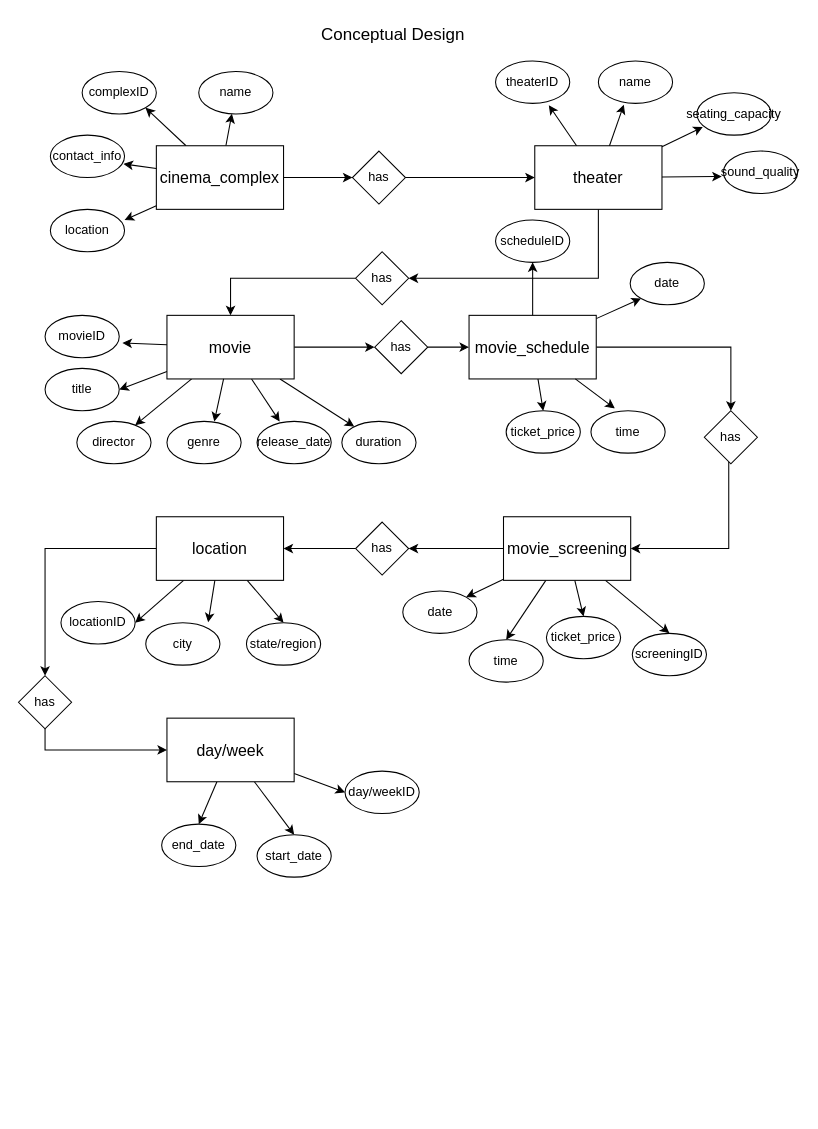
Before: eye_candy_cinemas_casestudy.drawio in julieeesy/data_modelling_workshop, a draw.io diagram. Source tidied: cells renumbered, new cells numbered last; positions are measured from the earlier drawing's top-left corner, leaving out a move shared by most shapes. Both pictures are drawn from the tidied source at 106%, with x=0, y=0 at pixel (18, 18).
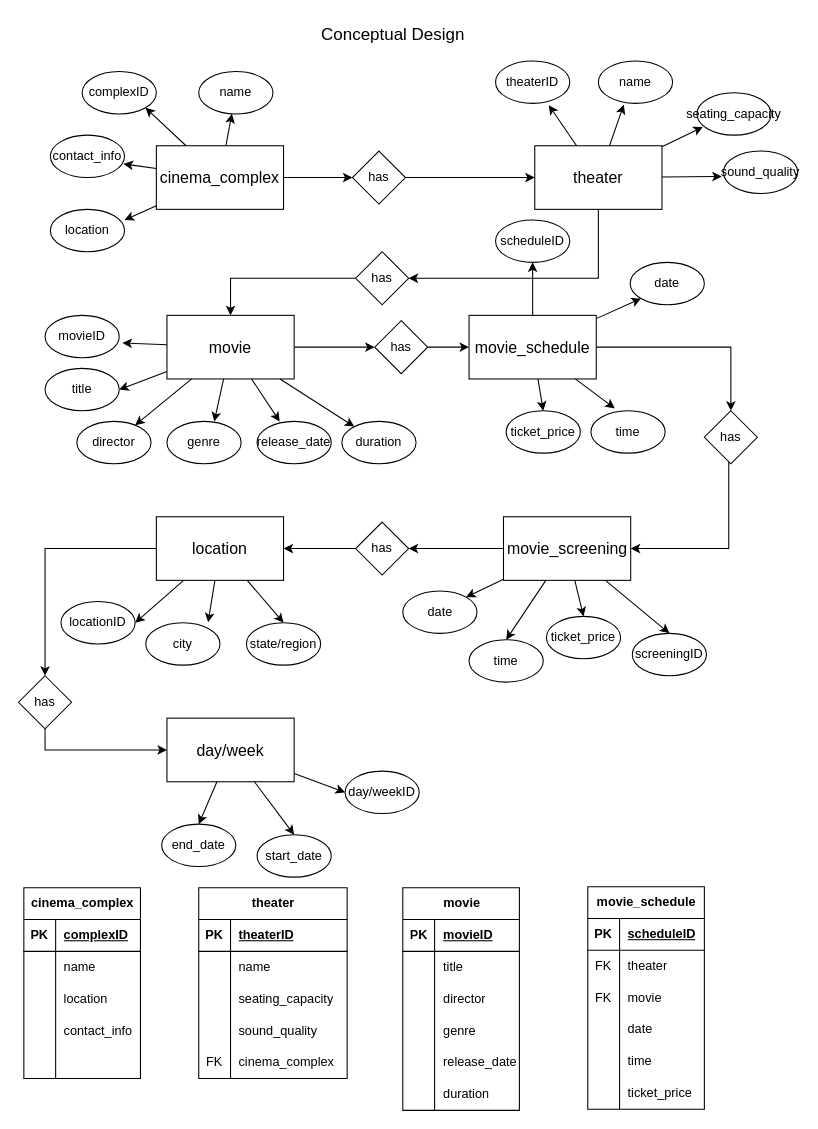
The same page after the edit.

The edit, as a diff of the source:
```diff
@@
+    <mxCell id="84" value="cinema_complex" style="shape=table;startSize=30;childLayout=tableLayout;rowLines=0;fontStyle=1;align=center;html=1;" parent="1" vertex="1">
+      <mxGeometry x="5" y="820" width="110" height="180" as="geometry" />
+    </mxCell>
+    <mxCell id="85" style="shape=tableRow;horizontal=0;startSize=0;swimlaneHead=0;swimlaneBody=0;fillColor=none;top=0;left=0;right=0;bottom=1;" parent="84" vertex="1">
+      <mxGeometry y="30" width="110" height="30" as="geometry" />
+    </mxCell>
+    <mxCell id="86" value="PK" style="shape=partialRectangle;fillColor=none;top=0;left=0;bottom=0;right=0;fontStyle=1;overflow=hidden;whiteSpace=wrap;html=1;" parent="85" vertex="1">
+      <mxGeometry width="30" height="30" as="geometry" />
+    </mxCell>
+    <mxCell id="87" value="complexID" style="shape=partialRectangle;fillColor=none;top=0;left=0;bottom=0;right=0;align=left;spacingLeft=6;fontStyle=5;overflow=hidden;whiteSpace=wrap;html=1;" parent="85" vertex="1">
+      <mxGeometry x="30" width="80" height="30" as="geometry" />
+    </mxCell>
+    <mxCell id="88" style="shape=tableRow;horizontal=0;startSize=0;swimlaneHead=0;swimlaneBody=0;fillColor=none;top=0;left=0;right=0;bottom=0;" parent="84" vertex="1">
+      <mxGeometry y="60" width="110" height="30" as="geometry" />
+    </mxCell>
+    <mxCell id="89" style="shape=partialRectangle;fillColor=none;top=0;left=0;bottom=0;right=0;overflow=hidden;whiteSpace=wrap;html=1;" parent="88" vertex="1">
+      <mxGeometry width="30" height="30" as="geometry" />
+    </mxCell>
+    <mxCell id="90" value="name" style="shape=partialRectangle;fillColor=none;top=0;left=0;bottom=0;right=0;align=left;spacingLeft=6;overflow=hidden;whiteSpace=wrap;html=1;" parent="88" vertex="1">
+      <mxGeometry x="30" width="80" height="30" as="geometry" />
+    </mxCell>
+    <mxCell id="91" style="shape=tableRow;horizontal=0;startSize=0;swimlaneHead=0;swimlaneBody=0;fillColor=none;top=0;left=0;right=0;bottom=0;" parent="84" vertex="1">
+      <mxGeometry y="90" width="110" height="30" as="geometry" />
+    </mxCell>
+    <mxCell id="92" style="shape=partialRectangle;fillColor=none;top=0;left=0;bottom=0;right=0;overflow=hidden;whiteSpace=wrap;html=1;" parent="91" vertex="1">
+      <mxGeometry width="30" height="30" as="geometry" />
+    </mxCell>
+    <mxCell id="93" value="location" style="shape=partialRectangle;fillColor=none;top=0;left=0;bottom=0;right=0;align=left;spacingLeft=6;overflow=hidden;whiteSpace=wrap;html=1;" parent="91" vertex="1">
+      <mxGeometry x="30" width="80" height="30" as="geometry" />
+    </mxCell>
+    <mxCell id="94" style="shape=tableRow;horizontal=0;startSize=0;swimlaneHead=0;swimlaneBody=0;fillColor=none;top=0;left=0;right=0;bottom=0;" parent="84" vertex="1">
+      <mxGeometry y="120" width="110" height="30" as="geometry" />
+    </mxCell>
+    <mxCell id="95" style="shape=partialRectangle;fillColor=none;top=0;left=0;bottom=0;right=0;overflow=hidden;whiteSpace=wrap;html=1;" parent="94" vertex="1">
+      <mxGeometry width="30" height="30" as="geometry" />
+    </mxCell>
+    <mxCell id="96" value="contact_info" style="shape=partialRectangle;fillColor=none;top=0;left=0;bottom=0;right=0;align=left;spacingLeft=6;overflow=hidden;whiteSpace=wrap;html=1;" parent="94" vertex="1">
+      <mxGeometry x="30" width="80" height="30" as="geometry" />
+    </mxCell>
+    <mxCell id="97" style="shape=tableRow;horizontal=0;startSize=0;swimlaneHead=0;swimlaneBody=0;fillColor=none;top=0;left=0;right=0;bottom=0;" parent="84" vertex="1">
+      <mxGeometry y="150" width="110" height="30" as="geometry" />
+    </mxCell>
+    <mxCell id="98" style="shape=partialRectangle;fillColor=none;top=0;left=0;bottom=0;right=0;overflow=hidden;whiteSpace=wrap;html=1;" parent="97" vertex="1">
+      <mxGeometry width="30" height="30" as="geometry" />
+    </mxCell>
+    <mxCell id="99" style="shape=partialRectangle;fillColor=none;top=0;left=0;bottom=0;right=0;align=left;spacingLeft=6;overflow=hidden;whiteSpace=wrap;html=1;" parent="97" vertex="1">
+      <mxGeometry x="30" width="80" height="30" as="geometry" />
+    </mxCell>
+    <mxCell id="100" value="theater" style="shape=table;startSize=30;childLayout=tableLayout;rowLines=0;fontStyle=1;align=center;html=1;" parent="1" vertex="1">
+      <mxGeometry x="170" y="820" width="140" height="180" as="geometry" />
+    </mxCell>
+    <mxCell id="101" style="shape=tableRow;horizontal=0;startSize=0;swimlaneHead=0;swimlaneBody=0;fillColor=none;top=0;left=0;right=0;bottom=1;" parent="100" vertex="1">
+      <mxGeometry y="30" width="140" height="30" as="geometry" />
+    </mxCell>
+    <mxCell id="102" value="PK" style="shape=partialRectangle;fillColor=none;top=0;left=0;bottom=0;right=0;fontStyle=1;overflow=hidden;whiteSpace=wrap;html=1;" parent="101" vertex="1">
+      <mxGeometry width="30" height="30" as="geometry" />
+    </mxCell>
+    <mxCell id="103" value="theaterID" style="shape=partialRectangle;fillColor=none;top=0;left=0;bottom=0;right=0;align=left;spacingLeft=6;fontStyle=5;overflow=hidden;whiteSpace=wrap;html=1;" parent="101" vertex="1">
+      <mxGeometry x="30" width="110" height="30" as="geometry" />
+    </mxCell>
+    <mxCell id="104" style="shape=tableRow;horizontal=0;startSize=0;swimlaneHead=0;swimlaneBody=0;fillColor=none;top=0;left=0;right=0;bottom=0;" parent="100" vertex="1">
+      <mxGeometry y="60" width="140" height="30" as="geometry" />
+    </mxCell>
+    <mxCell id="105" style="shape=partialRectangle;fillColor=none;top=0;left=0;bottom=0;right=0;overflow=hidden;whiteSpace=wrap;html=1;" parent="104" vertex="1">
+      <mxGeometry width="30" height="30" as="geometry" />
+    </mxCell>
+    <mxCell id="106" value="name" style="shape=partialRectangle;fillColor=none;top=0;left=0;bottom=0;right=0;align=left;spacingLeft=6;overflow=hidden;whiteSpace=wrap;html=1;" parent="104" vertex="1">
+      <mxGeometry x="30" width="110" height="30" as="geometry" />
+    </mxCell>
+    <mxCell id="107" style="shape=tableRow;horizontal=0;startSize=0;swimlaneHead=0;swimlaneBody=0;fillColor=none;top=0;left=0;right=0;bottom=0;" parent="100" vertex="1">
+      <mxGeometry y="90" width="140" height="30" as="geometry" />
+    </mxCell>
+    <mxCell id="108" style="shape=partialRectangle;fillColor=none;top=0;left=0;bottom=0;right=0;overflow=hidden;whiteSpace=wrap;html=1;" parent="107" vertex="1">
+      <mxGeometry width="30" height="30" as="geometry" />
+    </mxCell>
+    <mxCell id="109" value="seating_capacity" style="shape=partialRectangle;fillColor=none;top=0;left=0;bottom=0;right=0;align=left;spacingLeft=6;overflow=hidden;whiteSpace=wrap;html=1;" parent="107" vertex="1">
+      <mxGeometry x="30" width="110" height="30" as="geometry" />
+    </mxCell>
+    <mxCell id="110" style="shape=tableRow;horizontal=0;startSize=0;swimlaneHead=0;swimlaneBody=0;fillColor=none;top=0;left=0;right=0;bottom=0;" parent="100" vertex="1">
+      <mxGeometry y="120" width="140" height="30" as="geometry" />
+    </mxCell>
+    <mxCell id="111" style="shape=partialRectangle;fillColor=none;top=0;left=0;bottom=0;right=0;overflow=hidden;whiteSpace=wrap;html=1;" parent="110" vertex="1">
+      <mxGeometry width="30" height="30" as="geometry" />
+    </mxCell>
+    <mxCell id="112" value="sound_quality" style="shape=partialRectangle;fillColor=none;top=0;left=0;bottom=0;right=0;align=left;spacingLeft=6;overflow=hidden;whiteSpace=wrap;html=1;" parent="110" vertex="1">
+      <mxGeometry x="30" width="110" height="30" as="geometry" />
+    </mxCell>
+    <mxCell id="113" style="shape=tableRow;horizontal=0;startSize=0;swimlaneHead=0;swimlaneBody=0;fillColor=none;top=0;left=0;right=0;bottom=0;" parent="100" vertex="1">
+      <mxGeometry y="150" width="140" height="30" as="geometry" />
+    </mxCell>
+    <mxCell id="114" value="FK" style="shape=partialRectangle;fillColor=none;top=0;left=0;bottom=0;right=0;overflow=hidden;whiteSpace=wrap;html=1;" parent="113" vertex="1">
+      <mxGeometry width="30" height="30" as="geometry" />
+    </mxCell>
+    <mxCell id="115" value="cinema_complex" style="shape=partialRectangle;fillColor=none;top=0;left=0;bottom=0;right=0;align=left;spacingLeft=6;overflow=hidden;whiteSpace=wrap;html=1;" parent="113" vertex="1">
+      <mxGeometry x="30" width="110" height="30" as="geometry" />
+    </mxCell>
+    <mxCell id="116" value="movie" style="shape=table;startSize=30;childLayout=tableLayout;rowLines=0;fontStyle=1;align=center;html=1;" parent="1" vertex="1">
+      <mxGeometry x="362.5" y="820" width="110" height="210" as="geometry" />
+    </mxCell>
+    <mxCell id="117" style="shape=tableRow;horizontal=0;startSize=0;swimlaneHead=0;swimlaneBody=0;fillColor=none;top=0;left=0;right=0;bottom=1;" parent="116" vertex="1">
+      <mxGeometry y="30" width="110" height="30" as="geometry" />
+    </mxCell>
+    <mxCell id="118" value="PK" style="shape=partialRectangle;fillColor=none;top=0;left=0;bottom=0;right=0;fontStyle=1;overflow=hidden;whiteSpace=wrap;html=1;" parent="117" vertex="1">
+      <mxGeometry width="30" height="30" as="geometry" />
+    </mxCell>
+    <mxCell id="119" value="movieID" style="shape=partialRectangle;fillColor=none;top=0;left=0;bottom=0;right=0;align=left;spacingLeft=6;fontStyle=5;overflow=hidden;whiteSpace=wrap;html=1;" parent="117" vertex="1">
+      <mxGeometry x="30" width="80" height="30" as="geometry" />
+    </mxCell>
+    <mxCell id="120" style="shape=tableRow;horizontal=0;startSize=0;swimlaneHead=0;swimlaneBody=0;fillColor=none;top=0;left=0;right=0;bottom=0;" parent="116" vertex="1">
+      <mxGeometry y="60" width="110" height="30" as="geometry" />
+    </mxCell>
+    <mxCell id="121" style="shape=partialRectangle;fillColor=none;top=0;left=0;bottom=0;right=0;overflow=hidden;whiteSpace=wrap;html=1;" parent="120" vertex="1">
+      <mxGeometry width="30" height="30" as="geometry" />
+    </mxCell>
+    <mxCell id="122" value="title" style="shape=partialRectangle;fillColor=none;top=0;left=0;bottom=0;right=0;align=left;spacingLeft=6;overflow=hidden;whiteSpace=wrap;html=1;" parent="120" vertex="1">
+      <mxGeometry x="30" width="80" height="30" as="geometry" />
+    </mxCell>
+    <mxCell id="123" style="shape=tableRow;horizontal=0;startSize=0;swimlaneHead=0;swimlaneBody=0;fillColor=none;top=0;left=0;right=0;bottom=0;" parent="116" vertex="1">
+      <mxGeometry y="90" width="110" height="30" as="geometry" />
+    </mxCell>
+    <mxCell id="124" style="shape=partialRectangle;fillColor=none;top=0;left=0;bottom=0;right=0;overflow=hidden;whiteSpace=wrap;html=1;" parent="123" vertex="1">
+      <mxGeometry width="30" height="30" as="geometry" />
+    </mxCell>
+    <mxCell id="125" value="director" style="shape=partialRectangle;fillColor=none;top=0;left=0;bottom=0;right=0;align=left;spacingLeft=6;overflow=hidden;whiteSpace=wrap;html=1;" parent="123" vertex="1">
+      <mxGeometry x="30" width="80" height="30" as="geometry" />
+    </mxCell>
+    <mxCell id="126" style="shape=tableRow;horizontal=0;startSize=0;swimlaneHead=0;swimlaneBody=0;fillColor=none;top=0;left=0;right=0;bottom=0;" parent="116" vertex="1">
+      <mxGeometry y="120" width="110" height="30" as="geometry" />
+    </mxCell>
+    <mxCell id="127" style="shape=partialRectangle;fillColor=none;top=0;left=0;bottom=0;right=0;overflow=hidden;whiteSpace=wrap;html=1;" parent="126" vertex="1">
+      <mxGeometry width="30" height="30" as="geometry" />
+    </mxCell>
+    <mxCell id="128" value="genre" style="shape=partialRectangle;fillColor=none;top=0;left=0;bottom=0;right=0;align=left;spacingLeft=6;overflow=hidden;whiteSpace=wrap;html=1;" parent="126" vertex="1">
+      <mxGeometry x="30" width="80" height="30" as="geometry" />
+    </mxCell>
+    <mxCell id="129" style="shape=tableRow;horizontal=0;startSize=0;swimlaneHead=0;swimlaneBody=0;fillColor=none;top=0;left=0;right=0;bottom=0;" parent="116" vertex="1">
+      <mxGeometry y="150" width="110" height="30" as="geometry" />
+    </mxCell>
+    <mxCell id="130" style="shape=partialRectangle;fillColor=none;top=0;left=0;bottom=0;right=0;overflow=hidden;whiteSpace=wrap;html=1;" parent="129" vertex="1">
+      <mxGeometry width="30" height="30" as="geometry" />
+    </mxCell>
+    <mxCell id="131" value="release_date" style="shape=partialRectangle;fillColor=none;top=0;left=0;bottom=0;right=0;align=left;spacingLeft=6;overflow=hidden;whiteSpace=wrap;html=1;" parent="129" vertex="1">
+      <mxGeometry x="30" width="80" height="30" as="geometry" />
+    </mxCell>
+    <mxCell id="132" style="shape=tableRow;horizontal=0;startSize=0;swimlaneHead=0;swimlaneBody=0;fillColor=none;top=0;left=0;right=0;bottom=0;" parent="116" vertex="1">
+      <mxGeometry y="180" width="110" height="30" as="geometry" />
+    </mxCell>
+    <mxCell id="133" style="shape=partialRectangle;fillColor=none;top=0;left=0;bottom=0;right=0;overflow=hidden;whiteSpace=wrap;html=1;" parent="132" vertex="1">
+      <mxGeometry width="30" height="30" as="geometry" />
+    </mxCell>
+    <mxCell id="134" value="duration" style="shape=partialRectangle;fillColor=none;top=0;left=0;bottom=0;right=0;align=left;spacingLeft=6;overflow=hidden;whiteSpace=wrap;html=1;" parent="132" vertex="1">
+      <mxGeometry x="30" width="80" height="30" as="geometry" />
+    </mxCell>
+    <mxCell id="135" value="movie_schedule" style="shape=table;startSize=30;childLayout=tableLayout;rowLines=0;fontStyle=1;align=center;html=1;" parent="1" vertex="1">
+      <mxGeometry x="537" y="819" width="110" height="210" as="geometry" />
+    </mxCell>
+    <mxCell id="136" style="shape=tableRow;horizontal=0;startSize=0;swimlaneHead=0;swimlaneBody=0;fillColor=none;top=0;left=0;right=0;bottom=1;" parent="135" vertex="1">
+      <mxGeometry y="30" width="110" height="30" as="geometry" />
+    </mxCell>
+    <mxCell id="137" value="PK" style="shape=partialRectangle;fillColor=none;top=0;left=0;bottom=0;right=0;fontStyle=1;overflow=hidden;whiteSpace=wrap;html=1;" parent="136" vertex="1">
+      <mxGeometry width="30" height="30" as="geometry" />
+    </mxCell>
+    <mxCell id="138" value="scheduleID" style="shape=partialRectangle;fillColor=none;top=0;left=0;bottom=0;right=0;align=left;spacingLeft=6;fontStyle=5;overflow=hidden;whiteSpace=wrap;html=1;" parent="136" vertex="1">
+      <mxGeometry x="30" width="80" height="30" as="geometry" />
+    </mxCell>
+    <mxCell id="139" style="shape=tableRow;horizontal=0;startSize=0;swimlaneHead=0;swimlaneBody=0;fillColor=none;top=0;left=0;right=0;bottom=0;" parent="135" vertex="1">
+      <mxGeometry y="60" width="110" height="30" as="geometry" />
+    </mxCell>
+    <mxCell id="140" value="FK" style="shape=partialRectangle;fillColor=none;top=0;left=0;bottom=0;right=0;overflow=hidden;whiteSpace=wrap;html=1;" parent="139" vertex="1">
+      <mxGeometry width="30" height="30" as="geometry" />
+    </mxCell>
+    <mxCell id="141" value="theater" style="shape=partialRectangle;fillColor=none;top=0;left=0;bottom=0;right=0;align=left;spacingLeft=6;overflow=hidden;whiteSpace=wrap;html=1;" parent="139" vertex="1">
+      <mxGeometry x="30" width="80" height="30" as="geometry" />
+    </mxCell>
+    <mxCell id="142" style="shape=tableRow;horizontal=0;startSize=0;swimlaneHead=0;swimlaneBody=0;fillColor=none;top=0;left=0;right=0;bottom=0;" parent="135" vertex="1">
+      <mxGeometry y="90" width="110" height="30" as="geometry" />
+    </mxCell>
+    <mxCell id="143" value="FK" style="shape=partialRectangle;fillColor=none;top=0;left=0;bottom=0;right=0;overflow=hidden;whiteSpace=wrap;html=1;" parent="142" vertex="1">
+      <mxGeometry width="30" height="30" as="geometry" />
+    </mxCell>
+    <mxCell id="144" value="movie" style="shape=partialRectangle;fillColor=none;top=0;left=0;bottom=0;right=0;align=left;spacingLeft=6;overflow=hidden;whiteSpace=wrap;html=1;" parent="142" vertex="1">
+      <mxGeometry x="30" width="80" height="30" as="geometry" />
+    </mxCell>
+    <mxCell id="145" style="shape=tableRow;horizontal=0;startSize=0;swimlaneHead=0;swimlaneBody=0;fillColor=none;top=0;left=0;right=0;bottom=0;" parent="135" vertex="1">
+      <mxGeometry y="120" width="110" height="30" as="geometry" />
+    </mxCell>
+    <mxCell id="146" style="shape=partialRectangle;fillColor=none;top=0;left=0;bottom=0;right=0;overflow=hidden;whiteSpace=wrap;html=1;" parent="145" vertex="1">
+      <mxGeometry width="30" height="30" as="geometry" />
+    </mxCell>
+    <mxCell id="147" value="date" style="shape=partialRectangle;fillColor=none;top=0;left=0;bottom=0;right=0;align=left;spacingLeft=6;overflow=hidden;whiteSpace=wrap;html=1;" parent="145" vertex="1">
+      <mxGeometry x="30" width="80" height="30" as="geometry" />
+    </mxCell>
+    <mxCell id="148" style="shape=tableRow;horizontal=0;startSize=0;swimlaneHead=0;swimlaneBody=0;fillColor=none;top=0;left=0;right=0;bottom=0;" parent="135" vertex="1">
+      <mxGeometry y="150" width="110" height="30" as="geometry" />
+    </mxCell>
+    <mxCell id="149" style="shape=partialRectangle;fillColor=none;top=0;left=0;bottom=0;right=0;overflow=hidden;whiteSpace=wrap;html=1;" parent="148" vertex="1">
+      <mxGeometry width="30" height="30" as="geometry" />
+    </mxCell>
+    <mxCell id="150" value="time" style="shape=partialRectangle;fillColor=none;top=0;left=0;bottom=0;right=0;align=left;spacingLeft=6;overflow=hidden;whiteSpace=wrap;html=1;" parent="148" vertex="1">
+      <mxGeometry x="30" width="80" height="30" as="geometry" />
+    </mxCell>
+    <mxCell id="151" style="shape=tableRow;horizontal=0;startSize=0;swimlaneHead=0;swimlaneBody=0;fillColor=none;top=0;left=0;right=0;bottom=0;" parent="135" vertex="1">
+      <mxGeometry y="180" width="110" height="30" as="geometry" />
+    </mxCell>
+    <mxCell id="152" style="shape=partialRectangle;fillColor=none;top=0;left=0;bottom=0;right=0;overflow=hidden;whiteSpace=wrap;html=1;" parent="151" vertex="1">
+      <mxGeometry width="30" height="30" as="geometry" />
+    </mxCell>
+    <mxCell id="153" value="ticket_price" style="shape=partialRectangle;fillColor=none;top=0;left=0;bottom=0;right=0;align=left;spacingLeft=6;overflow=hidden;whiteSpace=wrap;html=1;" parent="151" vertex="1">
+      <mxGeometry x="30" width="80" height="30" as="geometry" />
+    </mxCell>
```
